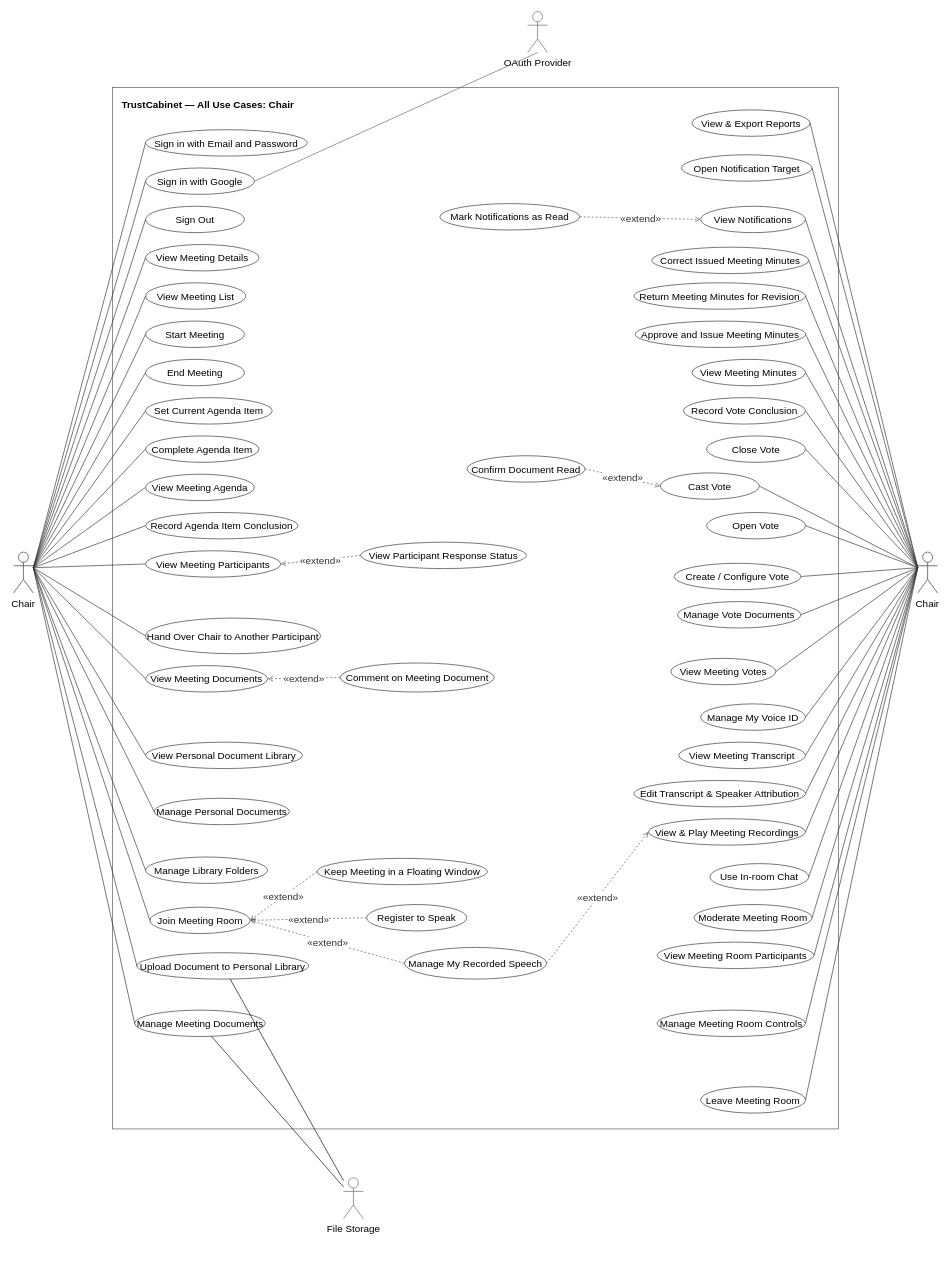
Earlier version of the draw.io diagram page "Chair" (4 of 7) of docs/14-uc-diagram/trustcabinet-use-cases.drawio (callmehai/FU-FA26-G116). Source tidied: cells renumbered, new cells numbered last; positions are measured from the earlier drawing's top-left corner, leaving out a move shared by most shapes. Both pictures are drawn from the tidied source at 66%, with x=0, y=0 at pixel (13, 11).
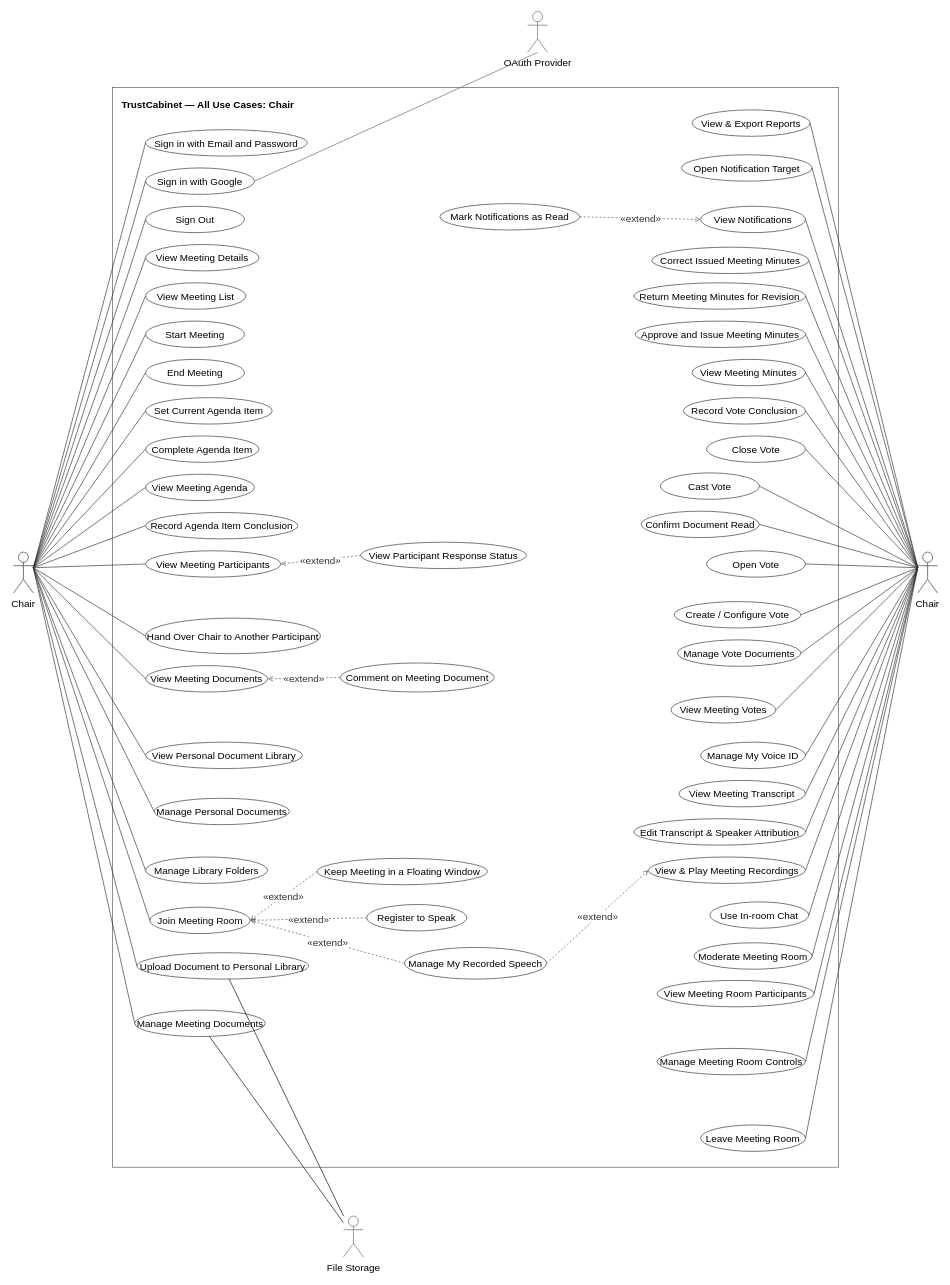
The same page after the edit.

Unchanged cells that the change refers to:
```xml
<mxCell id="4" value="Chair" style="shape=umlActor;whiteSpace=wrap;verticalLabelPosition=bottom;verticalAlign=top;html=1;outlineConnect=0;fillColor=#ffffff;strokeColor=#333333;fontSize=15;" parent="1" vertex="1">
  <mxGeometry x="1370" y="819" width="30" height="62" as="geometry" />
</mxCell>
<mxCell id="46" value="Cast Vote" style="ellipse;whiteSpace=wrap;html=1;align=center;verticalAlign=middle;fontSize=15;strokeColor=#333333;fillColor=#ffffff;" parent="1" vertex="1">
  <mxGeometry x="980" y="699" width="150" height="40" as="geometry" />
</mxCell>
```

What changed in the source:
```diff
@@
     <mxCell id="2" value="TrustCabinet — All Use Cases: Chair" style="rounded=0;whiteSpace=wrap;html=1;align=left;verticalAlign=top;spacingTop=10;spacingLeft=12;fontStyle=1;fontSize=15;strokeColor=#555555;fillColor=none;" parent="1" vertex="1">
-      <mxGeometry x="150" y="115" width="1100" height="1578" as="geometry" />
+      <mxGeometry x="150" y="115" width="1100" height="1636" as="geometry" />
     </mxCell>
@@
     <mxCell id="15" value="Leave Meeting Room" style="ellipse;whiteSpace=wrap;html=1;align=center;verticalAlign=middle;fontSize=15;strokeColor=#333333;fillColor=#ffffff;" parent="1" vertex="1">
-      <mxGeometry x="1041" y="1629" width="159" height="40" as="geometry" />
+      <mxGeometry x="1041" y="1687" width="159" height="40" as="geometry" />
     </mxCell>
     <mxCell id="16" value="Manage Meeting Room Controls" style="ellipse;whiteSpace=wrap;html=1;align=center;verticalAlign=middle;fontSize=15;strokeColor=#333333;fillColor=#ffffff;" parent="1" vertex="1">
-      <mxGeometry x="975" y="1513" width="225" height="40" as="geometry" />
+      <mxGeometry x="975" y="1571" width="225" height="40" as="geometry" />
     </mxCell>
     <mxCell id="17" value="View Meeting Room Participants" style="ellipse;whiteSpace=wrap;html=1;align=center;verticalAlign=middle;fontSize=15;strokeColor=#333333;fillColor=#ffffff;" parent="1" vertex="1">
-      <mxGeometry x="975" y="1410" width="238" height="40" as="geometry" />
+      <mxGeometry x="975" y="1468" width="238" height="40" as="geometry" />
     </mxCell>
     <mxCell id="18" value="Moderate Meeting Room" style="ellipse;whiteSpace=wrap;html=1;align=center;verticalAlign=middle;fontSize=15;strokeColor=#333333;fillColor=#ffffff;" parent="1" vertex="1">
-      <mxGeometry x="1031" y="1353" width="179" height="40" as="geometry" />
+      <mxGeometry x="1031" y="1411" width="179" height="40" as="geometry" />
     </mxCell>
     <mxCell id="19" value="Use In-room Chat" style="ellipse;whiteSpace=wrap;html=1;align=center;verticalAlign=middle;fontSize=15;strokeColor=#333333;fillColor=#ffffff;" parent="1" vertex="1">
-      <mxGeometry x="1055" y="1291" width="150" height="40" as="geometry" />
+      <mxGeometry x="1055" y="1349" width="150" height="40" as="geometry" />
     </mxCell>
@@
     <mxCell id="23" value="View &amp;amp; Play Meeting Recordings" style="ellipse;whiteSpace=wrap;html=1;align=center;verticalAlign=middle;fontSize=15;strokeColor=#333333;fillColor=#ffffff;" parent="1" vertex="1">
-      <mxGeometry x="962" y="1223" width="238" height="40" as="geometry" />
+      <mxGeometry x="962" y="1281" width="238" height="40" as="geometry" />
     </mxCell>
     <mxCell id="24" value="View Meeting Votes" style="ellipse;whiteSpace=wrap;html=1;align=center;verticalAlign=middle;fontSize=15;strokeColor=#333333;fillColor=#ffffff;" parent="1" vertex="1">
-      <mxGeometry x="996" y="980" width="159" height="40" as="geometry" />
+      <mxGeometry x="996" y="1038" width="159" height="40" as="geometry" />
     </mxCell>
     <mxCell id="25" value="Create / Configure Vote" style="ellipse;whiteSpace=wrap;html=1;align=center;verticalAlign=middle;fontSize=15;strokeColor=#333333;fillColor=#ffffff;" parent="1" vertex="1">
-      <mxGeometry x="1001" y="836" width="192" height="40" as="geometry" />
+      <mxGeometry x="1001" y="894" width="192" height="40" as="geometry" />
     </mxCell>
     <mxCell id="26" value="Open Vote" style="ellipse;whiteSpace=wrap;html=1;align=center;verticalAlign=middle;fontSize=15;strokeColor=#333333;fillColor=#ffffff;" parent="1" vertex="1">
-      <mxGeometry x="1050" y="759" width="150" height="40" as="geometry" />
+      <mxGeometry x="1050" y="817" width="150" height="40" as="geometry" />
     </mxCell>
@@
     <mxCell id="45" value="View Meeting Transcript" style="ellipse;whiteSpace=wrap;html=1;align=center;verticalAlign=middle;fontSize=15;strokeColor=#333333;fillColor=#ffffff;" parent="1" vertex="1">
-      <mxGeometry x="1008" y="1107" width="192" height="40" as="geometry" />
+      <mxGeometry x="1008" y="1165" width="192" height="40" as="geometry" />
     </mxCell>
@@
     <mxCell id="47" value="Confirm Document Read" style="ellipse;whiteSpace=wrap;html=1;align=center;verticalAlign=middle;fontSize=15;strokeColor=#333333;fillColor=#ffffff;" parent="1" vertex="1">
-      <mxGeometry x="687" y="673" width="179" height="40" as="geometry" />
+      <mxGeometry x="951" y="757" width="179" height="40" as="geometry" />
     </mxCell>
     <mxCell id="48" value="Manage Vote Documents" style="ellipse;whiteSpace=wrap;html=1;align=center;verticalAlign=middle;fontSize=15;strokeColor=#333333;fillColor=#ffffff;" parent="1" vertex="1">
-      <mxGeometry x="1006" y="894" width="187" height="40" as="geometry" />
+      <mxGeometry x="1006" y="952" width="187" height="40" as="geometry" />
     </mxCell>
@@
     <mxCell id="53" value="Manage My Voice ID" style="ellipse;whiteSpace=wrap;html=1;align=center;verticalAlign=middle;fontSize=15;strokeColor=#333333;fillColor=#ffffff;" parent="1" vertex="1">
-      <mxGeometry x="1041" y="1049" width="159" height="40" as="geometry" />
+      <mxGeometry x="1041" y="1107" width="159" height="40" as="geometry" />
     </mxCell>
     <mxCell id="54" value="Edit Transcript &amp;amp; Speaker Attribution" style="ellipse;whiteSpace=wrap;html=1;align=center;verticalAlign=middle;fontSize=15;strokeColor=#333333;fillColor=#ffffff;" parent="1" vertex="1">
-      <mxGeometry x="940" y="1165" width="260" height="40" as="geometry" />
+      <mxGeometry x="940" y="1223" width="260" height="40" as="geometry" />
     </mxCell>
@@
     <mxCell id="58" value="File Storage" style="shape=umlActor;verticalLabelPosition=bottom;verticalAlign=top;html=1;outlineConnect=0;fillColor=#ffffff;strokeColor=#666666;fontSize=15;" parent="1" vertex="1">
-      <mxGeometry x="500" y="1767" width="30" height="62" as="geometry" />
+      <mxGeometry x="500" y="1825" width="30" height="62" as="geometry" />
     </mxCell>
@@
-    <mxCell id="67" value="«extend»" style="edgeStyle=none;html=1;dashed=1;strokeColor=#555555;fontColor=#333333;fontSize=15;endArrow=open;endFill=0;labelBackgroundColor=#FFFFFF;exitX=1;exitY=0.5;exitDx=0;exitDy=0;entryX=0;entryY=0.5;entryDx=0;entryDy=0;" parent="1" edge="1" source="47" target="46">
-      <mxGeometry relative="1" as="geometry" />
-    </mxCell>
@@
+    <mxCell id="111" style="edgeStyle=none;strokeColor=#333333;html=1;strokeWidth=1;endArrow=none;startArrow=none;exitX=0;exitY=0.35;exitDx=-4;exitDy=0;entryX=1;entryY=0.5;entryDx=0;entryDy=0;fontSize=15;" parent="1" edge="1" source="4" target="47">
+      <mxGeometry relative="1" as="geometry" />
+    </mxCell>
```
